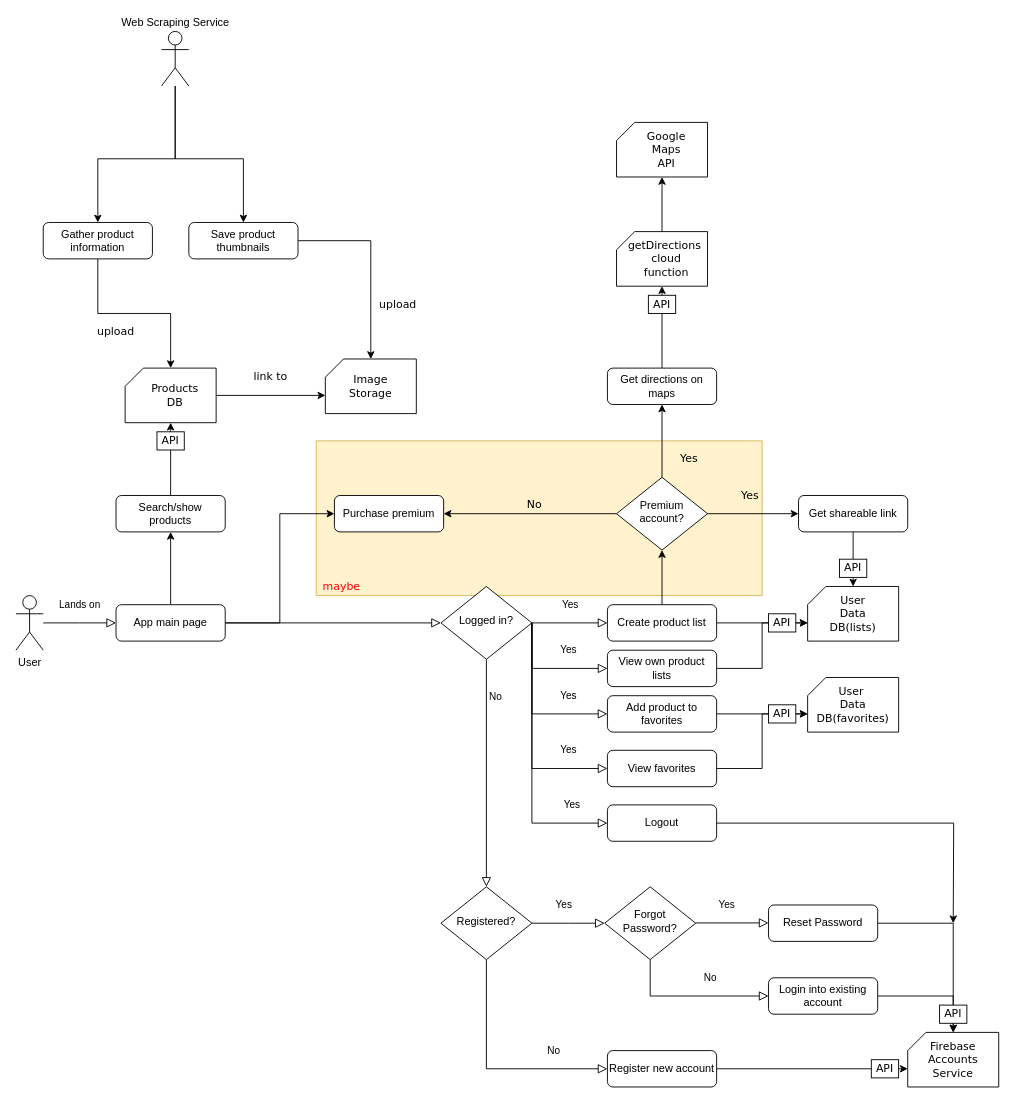
Before: tema5/usecase.drawio in parrygod1/cc-curs, a draw.io diagram. Source tidied: cells renumbered, new cells numbered last; positions are measured from the earlier drawing's top-left corner, leaving out a move shared by most shapes. Both pictures are drawn from the tidied source at 91%, with x=0, y=0 at pixel (15, 31).
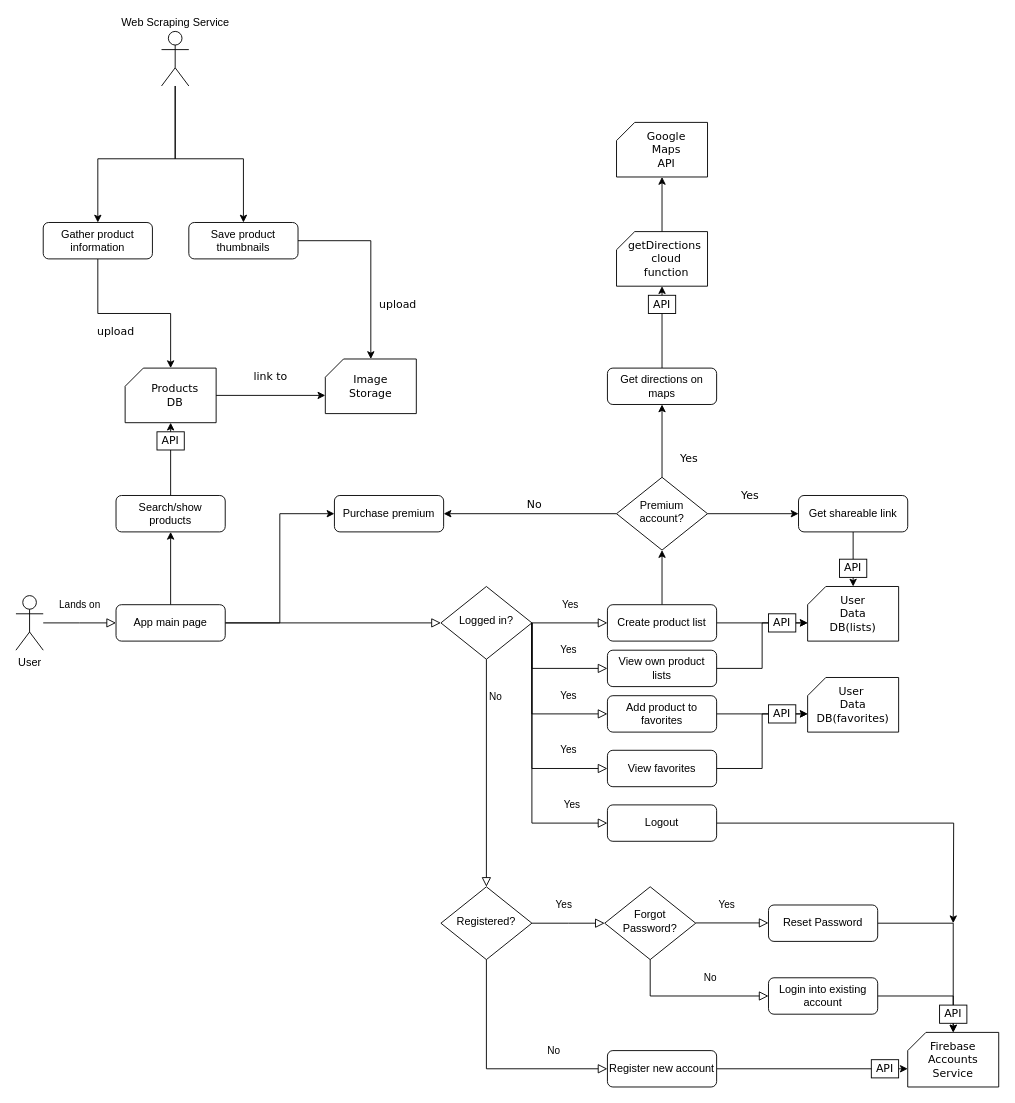
The same page after the edit.

Change to the diagram source:
```diff
@@
-    <mxCell id="2" style="rounded=0;whiteSpace=wrap;html=1;fontFamily=Verdana;fillColor=#fff2cc;strokeColor=#d6b656;" parent="1" vertex="1">
-      <mxGeometry x="330" y="450" width="490" height="170" as="geometry" />
-    </mxCell>
@@
-    <mxCell id="90" value="maybe&amp;nbsp;" style="text;html=1;strokeColor=none;fillColor=none;align=center;verticalAlign=middle;whiteSpace=wrap;rounded=0;fontFamily=Verdana;fontColor=#FF0000;" parent="1" vertex="1">
-      <mxGeometry x="340" y="600" width="40" height="20" as="geometry" />
-    </mxCell>
```
